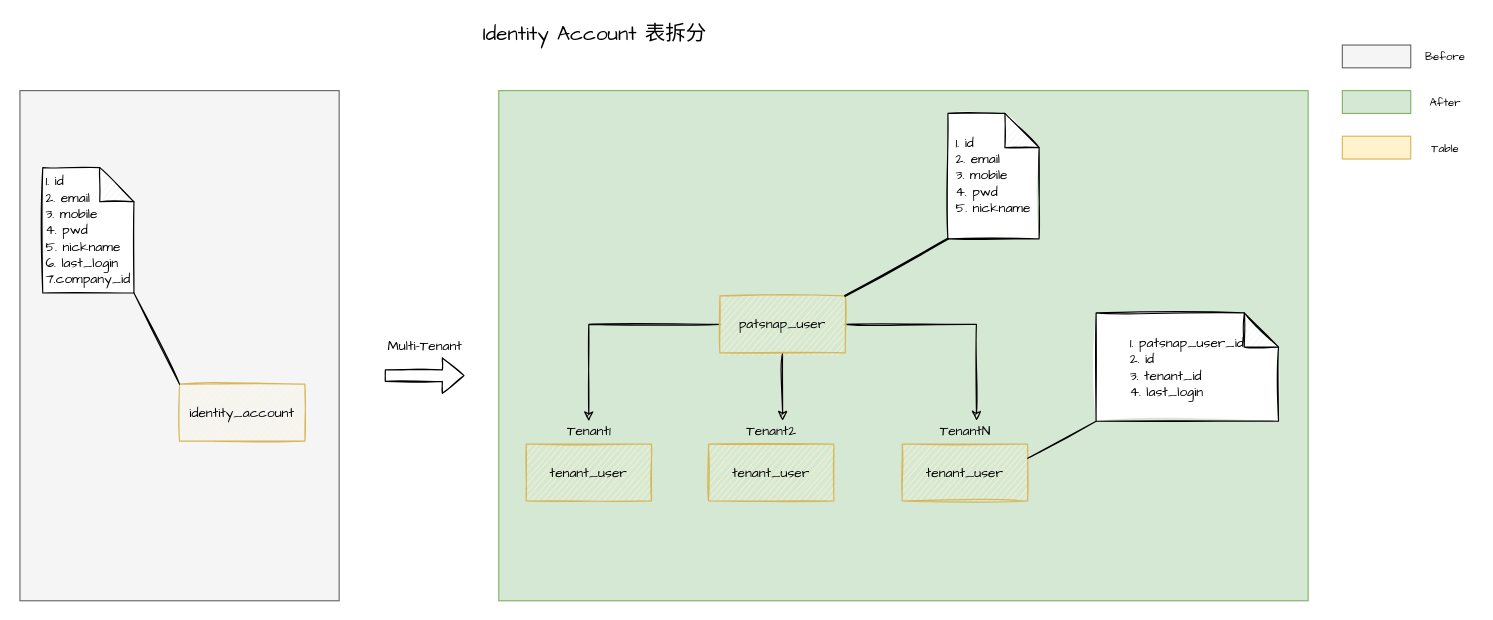
yindongjun/gangzhang.github.io keeps this draw.io diagram as page "Page-1" (1 of 2) of Multi-Tenants.drawio. Above is the earlier version. Source tidied: cells renumbered, new cells numbered last; positions are measured from the earlier drawing's top-left corner, leaving out a move shared by most shapes. Both pictures are drawn from the tidied source at 114%, with x=0, y=0 at pixel (19, 22).
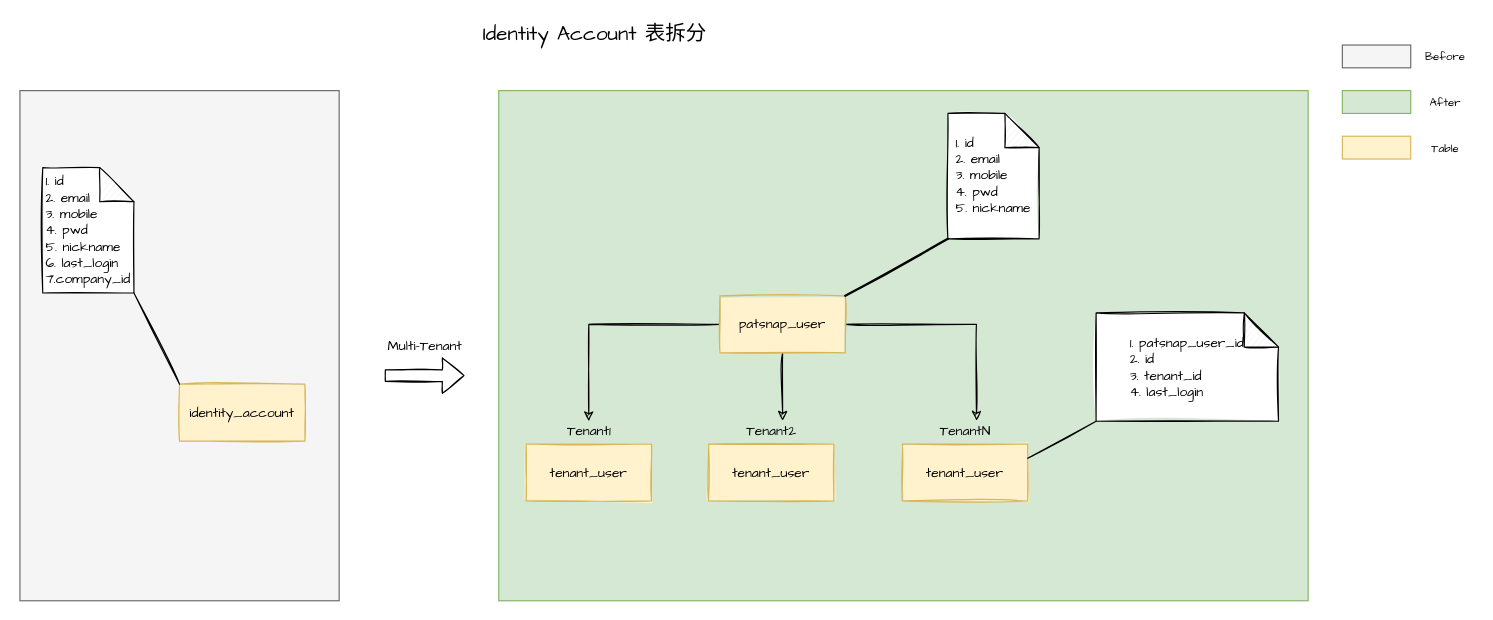
The same diagram, later.

What changed in the source:
```diff
@@
-    <mxCell id="7" value="&lt;span style=&quot;font-family: &amp;quot;Comic Sans MS&amp;quot;;&quot;&gt;patsnap_user&lt;/span&gt;" style="whiteSpace=wrap;html=1;sketch=1;fillColor=#fff2cc;strokeColor=#d6b656;" parent="1" vertex="1">
+    <mxCell id="7" value="&lt;span style=&quot;font-family: &amp;quot;Comic Sans MS&amp;quot;;&quot;&gt;patsnap_user&lt;/span&gt;" style="whiteSpace=wrap;html=1;sketch=1;fillColor=#fff2cc;strokeColor=#d6b656;fillStyle=solid;" parent="1" vertex="1">
       <mxGeometry x="614" y="240" width="110" height="50" as="geometry" />
     </mxCell>
-    <mxCell id="8" value="&lt;span style=&quot;font-family: &amp;quot;Comic Sans MS&amp;quot;;&quot;&gt;tenant_user&lt;/span&gt;" style="whiteSpace=wrap;html=1;sketch=1;fillColor=#fff2cc;strokeColor=#d6b656;" parent="1" vertex="1">
+    <mxCell id="8" value="&lt;span style=&quot;font-family: &amp;quot;Comic Sans MS&amp;quot;;&quot;&gt;tenant_user&lt;/span&gt;" style="whiteSpace=wrap;html=1;sketch=1;fillColor=#fff2cc;strokeColor=#d6b656;fillStyle=solid;" parent="1" vertex="1">
       <mxGeometry x="444" y="370" width="110" height="50" as="geometry" />
     </mxCell>
@@
-    <mxCell id="10" value="&lt;span style=&quot;font-family: &amp;quot;Comic Sans MS&amp;quot;;&quot;&gt;tenant_user&lt;/span&gt;" style="whiteSpace=wrap;html=1;sketch=1;fillColor=#fff2cc;strokeColor=#d6b656;" parent="1" vertex="1">
+    <mxCell id="10" value="&lt;span style=&quot;font-family: &amp;quot;Comic Sans MS&amp;quot;;&quot;&gt;tenant_user&lt;/span&gt;" style="whiteSpace=wrap;html=1;sketch=1;fillColor=#fff2cc;strokeColor=#d6b656;fillStyle=solid;" parent="1" vertex="1">
       <mxGeometry x="604" y="370" width="110" height="50" as="geometry" />
     </mxCell>
@@
-    <mxCell id="12" value="&lt;span style=&quot;font-family: &amp;quot;Comic Sans MS&amp;quot;;&quot;&gt;tenant_user&lt;/span&gt;" style="whiteSpace=wrap;html=1;sketch=1;fillColor=#fff2cc;strokeColor=#d6b656;" parent="1" vertex="1">
+    <mxCell id="12" value="&lt;span style=&quot;font-family: &amp;quot;Comic Sans MS&amp;quot;;&quot;&gt;tenant_user&lt;/span&gt;" style="whiteSpace=wrap;html=1;sketch=1;fillColor=#fff2cc;strokeColor=#d6b656;fillStyle=solid;" parent="1" vertex="1">
       <mxGeometry x="774" y="370" width="110" height="50" as="geometry" />
     </mxCell>
@@
-    <mxCell id="18" value="&lt;span style=&quot;font-family: &amp;quot;Comic Sans MS&amp;quot;;&quot;&gt;identity_account&lt;/span&gt;" style="whiteSpace=wrap;html=1;sketch=1;fillColor=#fff2cc;strokeColor=#d6b656;" parent="1" vertex="1">
+    <mxCell id="18" value="&lt;span style=&quot;font-family: &amp;quot;Comic Sans MS&amp;quot;;&quot;&gt;identity_account&lt;/span&gt;" style="whiteSpace=wrap;html=1;sketch=1;fillColor=#fff2cc;strokeColor=#d6b656;fillStyle=solid;" parent="1" vertex="1">
       <mxGeometry x="140" y="317.5" width="110" height="50" as="geometry" />
     </mxCell>
```
